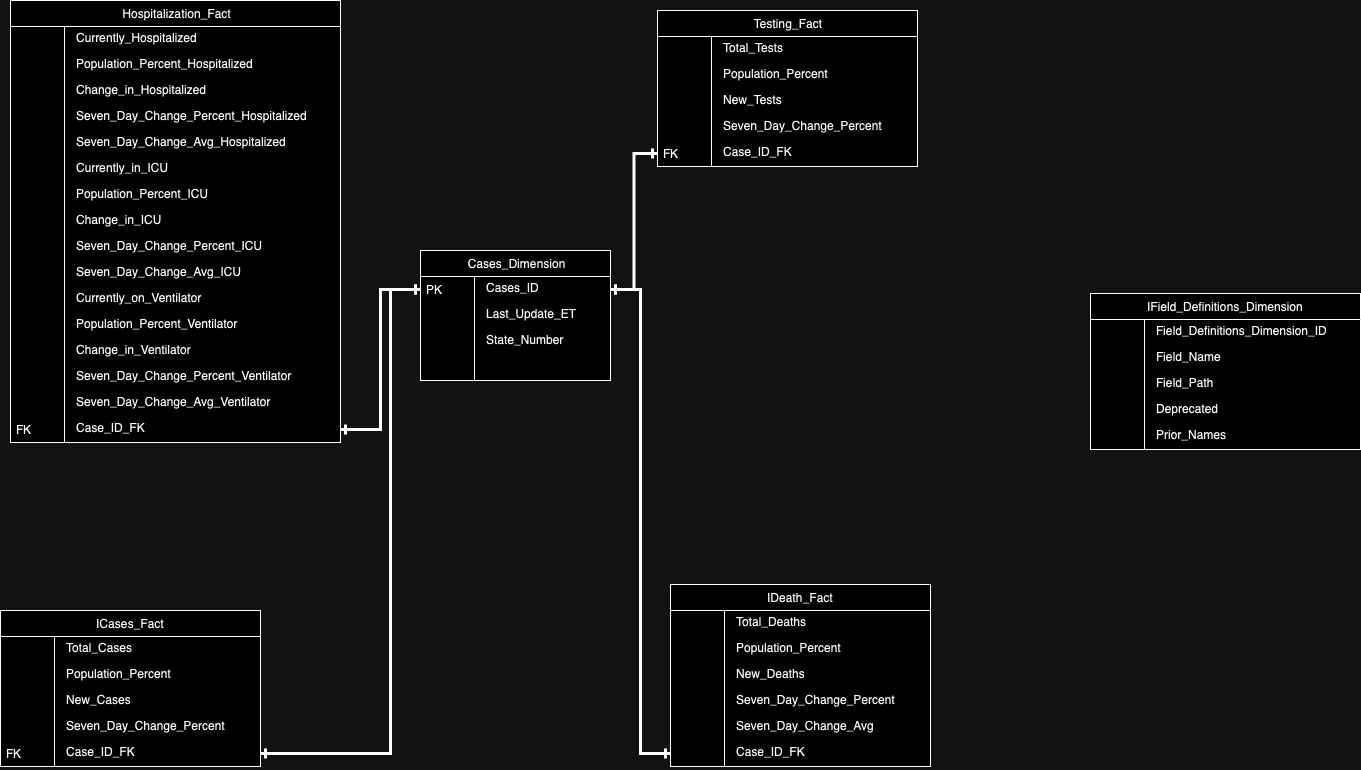
Marthinusba/reach_challenge keeps this draw.io diagram as erd.png. Above is the earlier version. Source tidied: cells renumbered, new cells last; positions are measured from the earlier drawing's top-left corner, leaving out a move shared by most shapes.
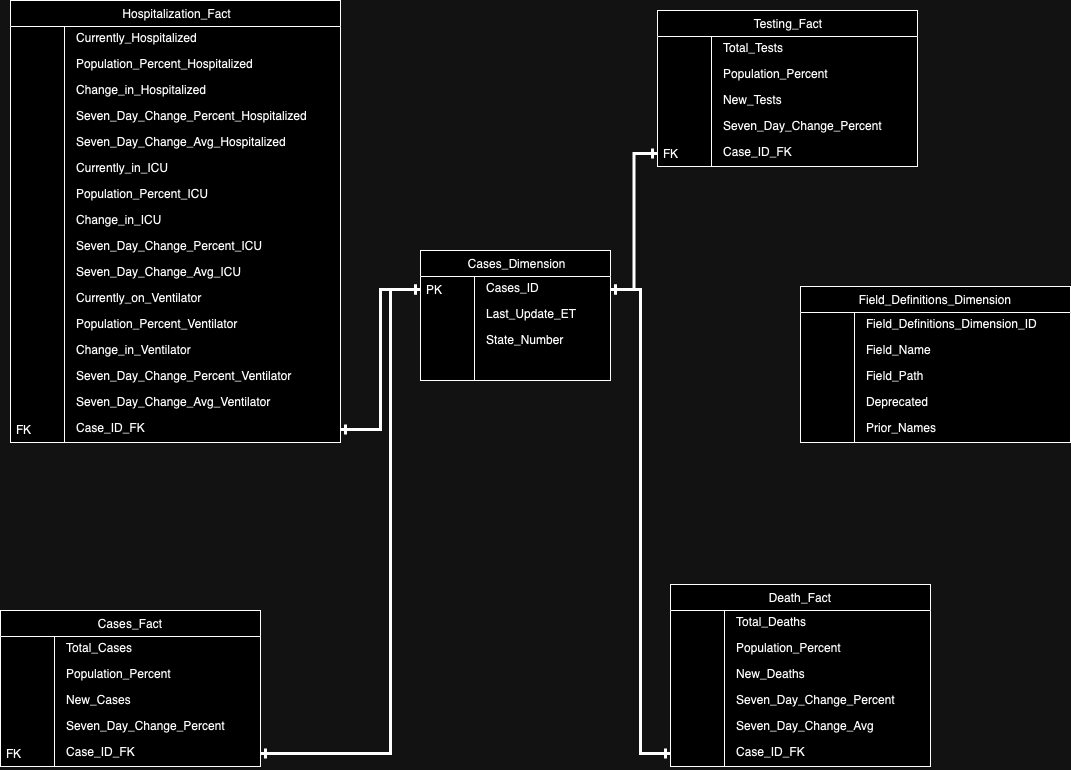
The same diagram one commit later.

Change to the diagram source:
```diff
@@ -29,7 +29,7 @@
     <mxCell id="10" style="shape=partialRectangle;top=0;left=0;bottom=0;fillColor=none;align=left;verticalAlign=middle;spacingLeft=4;spacingRight=4;overflow=hidden;" parent="9" vertex="1">
       <mxGeometry width="54" height="26" as="geometry" />
     </mxCell>
-    <mxCell id="11" value="ICases_Fact " style="swimlane;fontStyle=0;horizontal=1;startSize=26;fillColor=default;swimlaneFillColor=default;align=center;" parent="1" vertex="1">
+    <mxCell id="11" value="Cases_Fact " style="swimlane;fontStyle=0;horizontal=1;startSize=26;fillColor=default;swimlaneFillColor=default;align=center;" parent="1" vertex="1">
       <mxGeometry y="610" width="260" height="156" as="geometry" />
     </mxCell>
     <mxCell id="12" value="Total_Cases" style="shape=partialRectangle;top=0;left=0;right=0;bottom=0;align=left;verticalAlign=top;spacingTop=-2;fillColor=none;spacingLeft=64;spacingRight=4;overflow=hidden;" parent="11" vertex="1">
@@ -194,7 +194,7 @@
     <mxCell id="65" value="FK" style="shape=partialRectangle;top=0;left=0;bottom=0;fillColor=none;align=left;verticalAlign=middle;spacingLeft=4;spacingRight=4;overflow=hidden;" parent="64" vertex="1">
       <mxGeometry width="54" height="26" as="geometry" />
     </mxCell>
-    <mxCell id="66" value="IDeath_Fact " style="swimlane;fontStyle=0;horizontal=1;startSize=26;fillColor=default;swimlaneFillColor=default;align=center;" parent="1" vertex="1">
+    <mxCell id="66" value="Death_Fact " style="swimlane;fontStyle=0;horizontal=1;startSize=26;fillColor=default;swimlaneFillColor=default;align=center;" parent="1" vertex="1">
       <mxGeometry x="670" y="584" width="260" height="182" as="geometry" />
     </mxCell>
     <mxCell id="67" value="Total_Deaths" style="shape=partialRectangle;top=0;left=0;right=0;bottom=0;align=left;verticalAlign=top;spacingTop=-2;fillColor=none;spacingLeft=64;spacingRight=4;overflow=hidden;" parent="66" vertex="1">
@@ -233,8 +233,8 @@
     <mxCell id="78" style="shape=partialRectangle;top=0;left=0;bottom=0;fillColor=none;align=left;verticalAlign=middle;spacingLeft=4;spacingRight=4;overflow=hidden;" parent="77" vertex="1">
       <mxGeometry width="54" height="26" as="geometry" />
     </mxCell>
-    <mxCell id="79" value="IField_Definitions_Dimension " style="swimlane;fontStyle=0;horizontal=1;startSize=26;fillColor=default;swimlaneFillColor=default;align=center;" parent="1" vertex="1">
-      <mxGeometry x="1090" y="293" width="270" height="156" as="geometry" />
+    <mxCell id="79" value="Field_Definitions_Dimension " style="swimlane;fontStyle=0;horizontal=1;startSize=26;fillColor=default;swimlaneFillColor=default;align=center;" parent="1" vertex="1">
+      <mxGeometry x="800" y="286" width="270" height="156" as="geometry" />
     </mxCell>
     <mxCell id="80" value="Field_Definitions_Dimension_ID" style="shape=partialRectangle;top=0;left=0;right=0;bottom=0;align=left;verticalAlign=top;spacingTop=-2;fillColor=none;spacingLeft=64;spacingRight=4;overflow=hidden;" parent="79" vertex="1">
       <mxGeometry y="26" width="270" height="26" as="geometry" />
```
